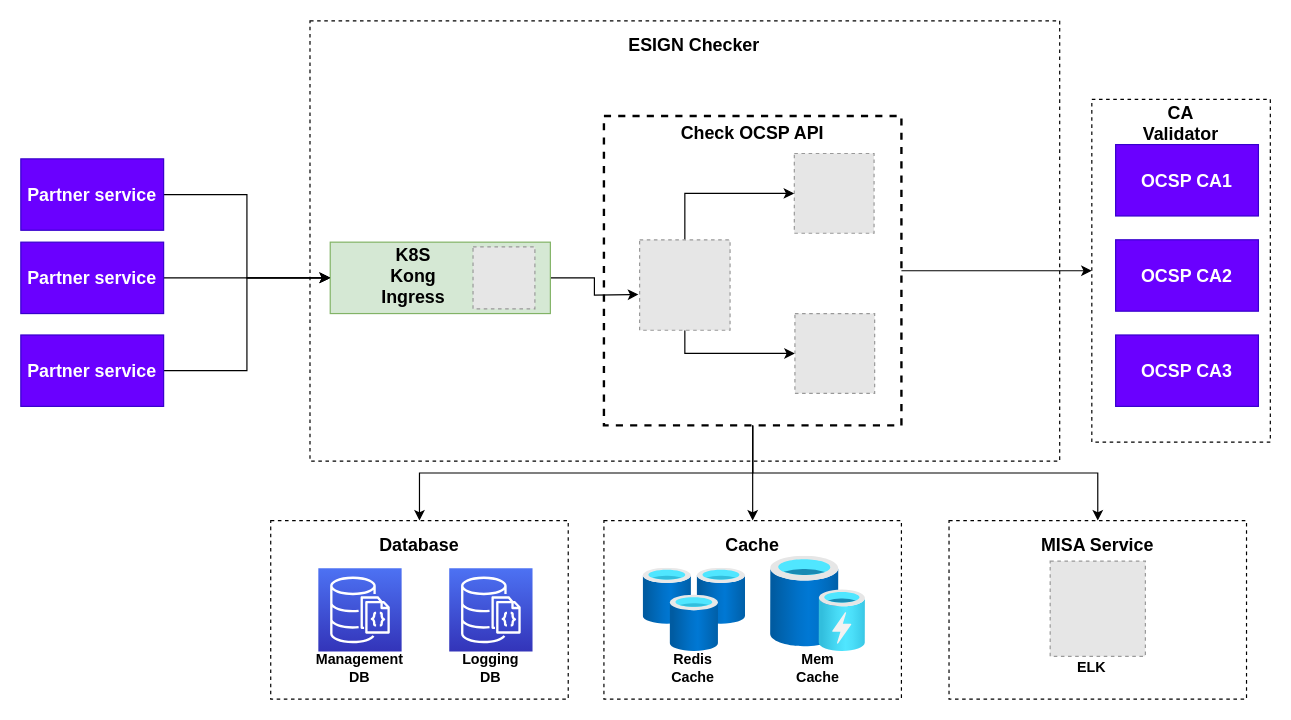
thangmt1997/app_sales keeps this draw.io diagram as Untitled Diagram.drawio. Above is the earlier version. Source tidied: cells renumbered, new cells numbered last; positions are measured from the earlier drawing's top-left corner, leaving out a move shared by most shapes. Both pictures are drawn from the tidied source at 119%, with x=0, y=0 at pixel (20, 20). Pictures stored in the file or linked from it are replaced by grey dashed boxes.
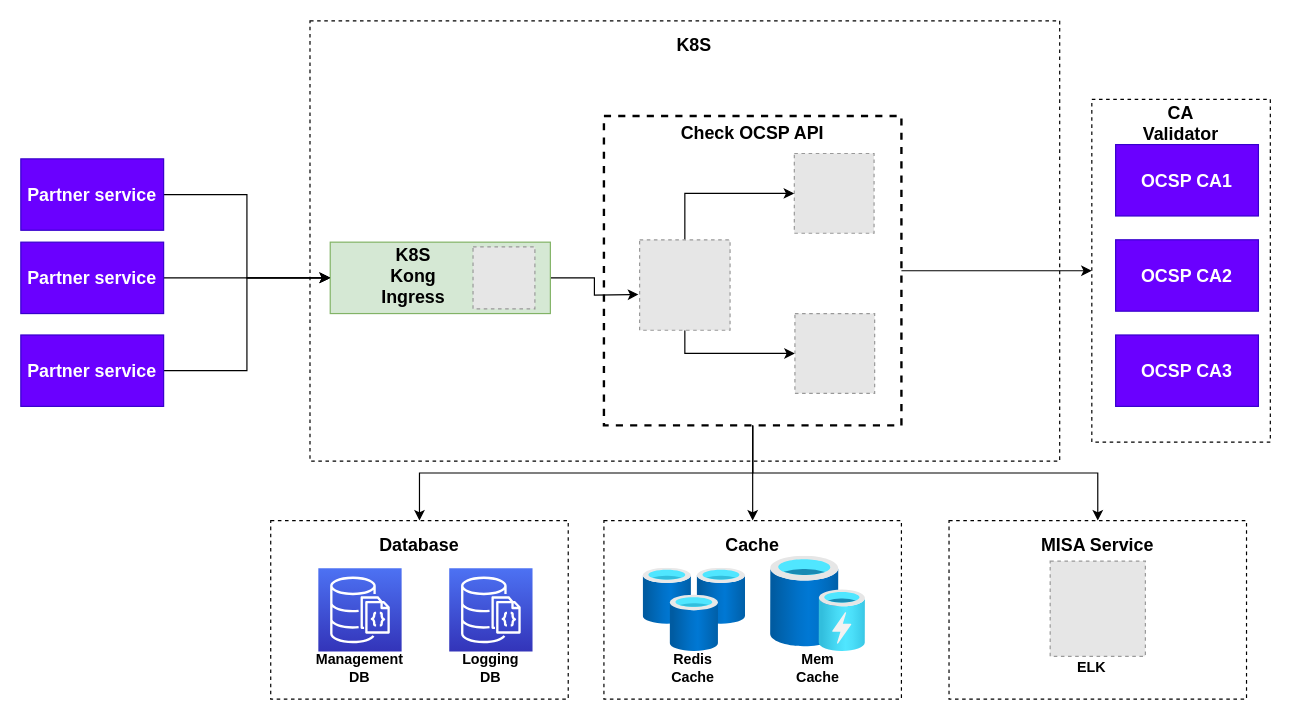
Above is the later version.

Diff of the diagram source:
```diff
@@
-    <mxCell id="12" value="ESIGN Checker" style="text;html=1;strokeColor=none;fillColor=none;align=center;verticalAlign=middle;whiteSpace=wrap;rounded=0;fontSize=15;fontStyle=1;" parent="1" vertex="1">
+    <mxCell id="12" value="K8S" style="text;html=1;strokeColor=none;fillColor=none;align=center;verticalAlign=middle;whiteSpace=wrap;rounded=0;fontSize=15;fontStyle=1;" parent="1" vertex="1">
       <mxGeometry x="481.1" y="10" width="170" height="20" as="geometry" />
     </mxCell>
```
